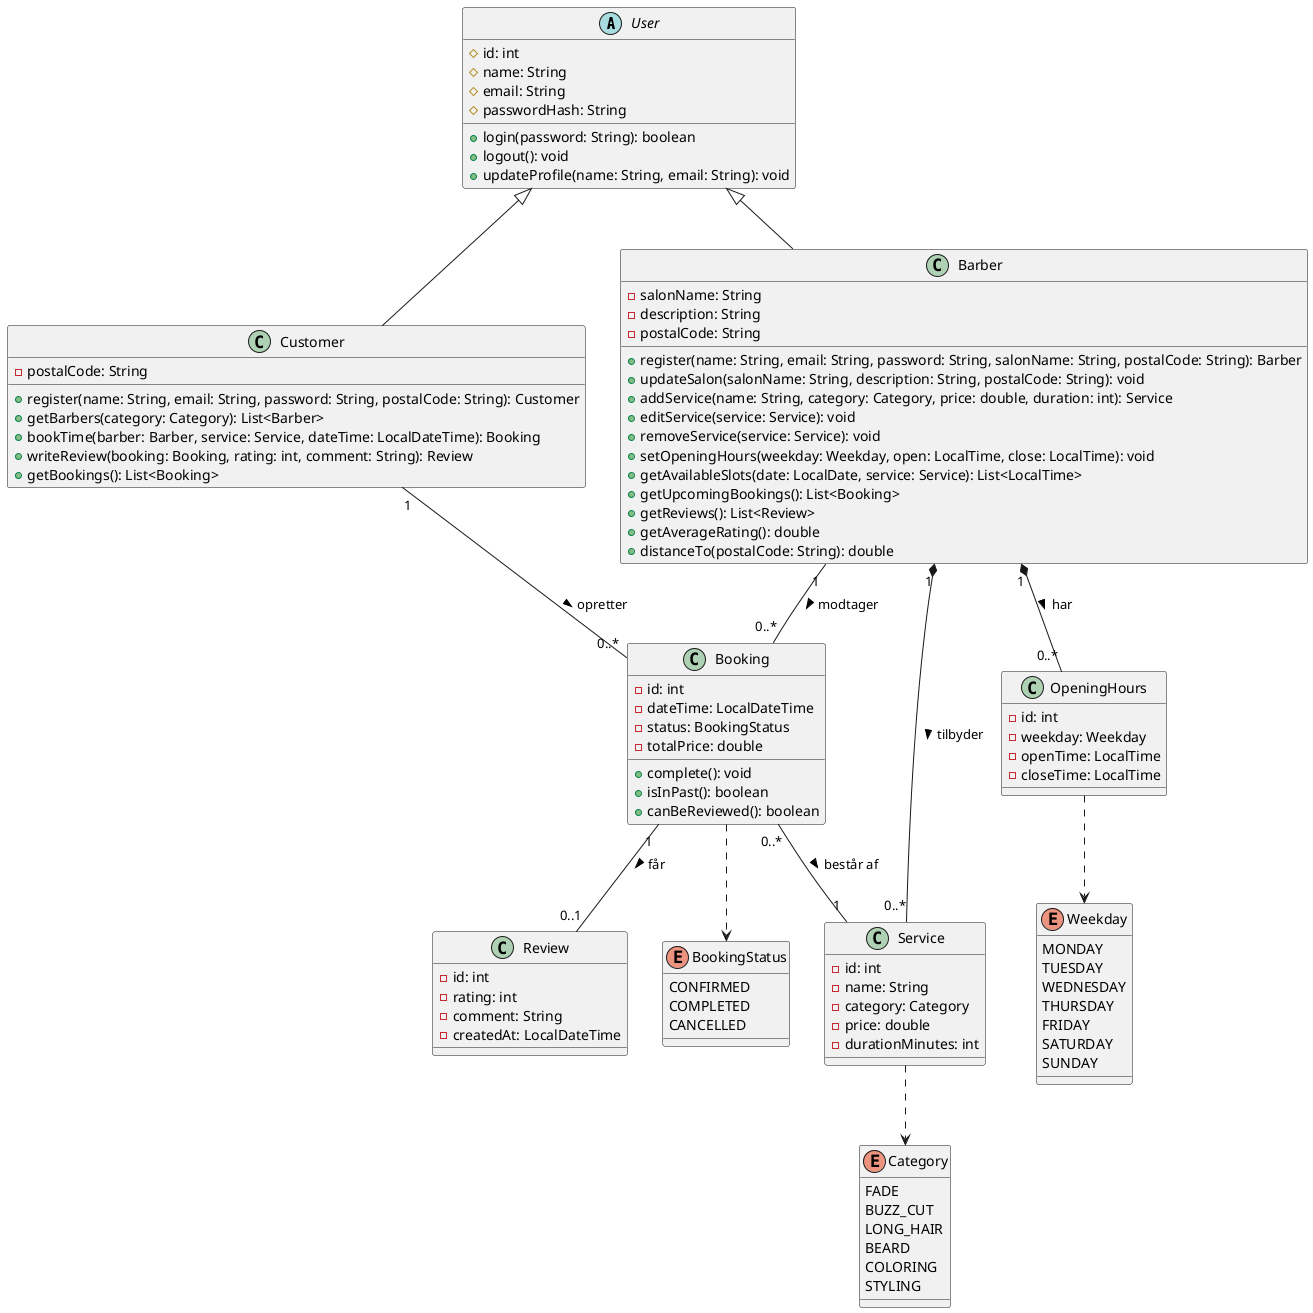
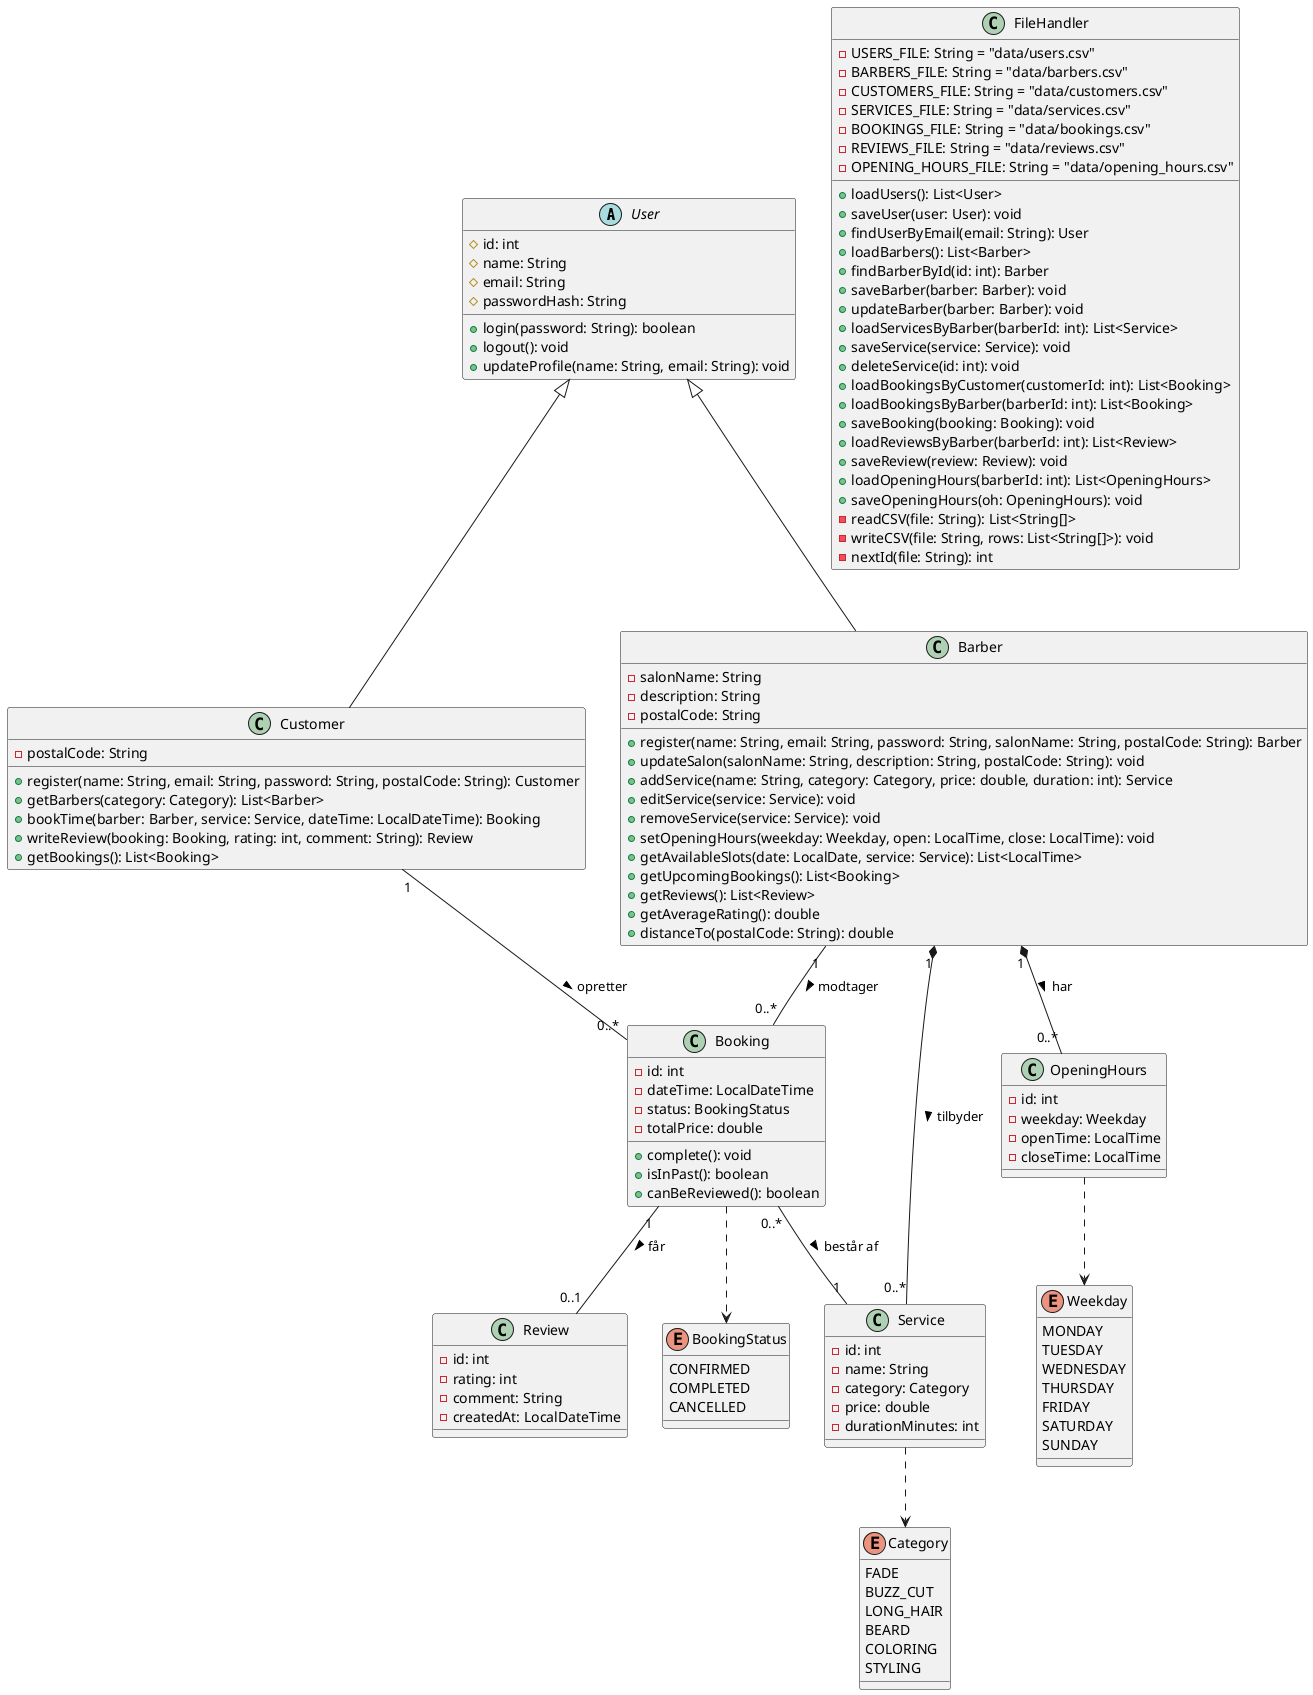
@startuml
- ' Klassediagram for frisørbooking-platform (SP4) - MVP
+ ' Klassediagram for frisørbooking-platform (SP4) - MVP med CSV

- ' === Abstract base ===
+ ' === MODELLER ===
+ 
abstract class User {
  # id: int
  # name: String
  # email: String
  # passwordHash: String
  + login(password: String): boolean
  + logout(): void
  + updateProfile(name: String, email: String): void
}

- ' === Brugertyper ===
class Customer {
  - postalCode: String
  + register(name: String, email: String, password: String, postalCode: String): Customer
  + getBarbers(category: Category): List<Barber>
  + bookTime(barber: Barber, service: Service, dateTime: LocalDateTime): Booking
  + writeReview(booking: Booking, rating: int, comment: String): Review
  + getBookings(): List<Booking>
}

class Barber {
  - salonName: String
  - description: String
  - postalCode: String
  + register(name: String, email: String, password: String, salonName: String, postalCode: String): Barber
  + updateSalon(salonName: String, description: String, postalCode: String): void
  + addService(name: String, category: Category, price: double, duration: int): Service
  + editService(service: Service): void
  + removeService(service: Service): void
  + setOpeningHours(weekday: Weekday, open: LocalTime, close: LocalTime): void
  + getAvailableSlots(date: LocalDate, service: Service): List<LocalTime>
  + getUpcomingBookings(): List<Booking>
  + getReviews(): List<Review>
  + getAverageRating(): double
  + distanceTo(postalCode: String): double
}

- ' === Forretningsobjekter ===
class Service {
  - id: int
  - name: String
  - category: Category
  - price: double
  - durationMinutes: int
}

class Booking {
  - id: int
  - dateTime: LocalDateTime
  - status: BookingStatus
  - totalPrice: double
  + complete(): void
  + isInPast(): boolean
  + canBeReviewed(): boolean
}

class Review {
  - id: int
  - rating: int
  - comment: String
  - createdAt: LocalDateTime
}

class OpeningHours {
  - id: int
  - weekday: Weekday
  - openTime: LocalTime
  - closeTime: LocalTime
}

- ' === Enums ===
+ ' === ENUMS ===
+ 
enum Category {
  FADE
  BUZZ_CUT
  LONG_HAIR
  BEARD
  COLORING
  STYLING
}

enum BookingStatus {
  CONFIRMED
  COMPLETED
  CANCELLED
}

enum Weekday {
  MONDAY
  TUESDAY
  WEDNESDAY
  THURSDAY
  FRIDAY
  SATURDAY
  SUNDAY
}

- ' === Arv ===
+ ' === FIL-HÅNDTERING ===
+ 
+ class FileHandler {
+   - USERS_FILE: String = "data/users.csv"
+   - BARBERS_FILE: String = "data/barbers.csv"
+   - CUSTOMERS_FILE: String = "data/customers.csv"
+   - SERVICES_FILE: String = "data/services.csv"
+   - BOOKINGS_FILE: String = "data/bookings.csv"
+   - REVIEWS_FILE: String = "data/reviews.csv"
+   - OPENING_HOURS_FILE: String = "data/opening_hours.csv"
+   + loadUsers(): List<User>
+   + saveUser(user: User): void
+   + findUserByEmail(email: String): User
+   + loadBarbers(): List<Barber>
+   + findBarberById(id: int): Barber
+   + saveBarber(barber: Barber): void
+   + updateBarber(barber: Barber): void
+   + loadServicesByBarber(barberId: int): List<Service>
+   + saveService(service: Service): void
+   + deleteService(id: int): void
+   + loadBookingsByCustomer(customerId: int): List<Booking>
+   + loadBookingsByBarber(barberId: int): List<Booking>
+   + saveBooking(booking: Booking): void
+   + loadReviewsByBarber(barberId: int): List<Review>
+   + saveReview(review: Review): void
+   + loadOpeningHours(barberId: int): List<OpeningHours>
+   + saveOpeningHours(oh: OpeningHours): void
+   - readCSV(file: String): List<String[]>
+   - writeCSV(file: String, rows: List<String[]>): void
+   - nextId(file: String): int
+ }
+ 
+ ' === ARV ===
User <|-- Customer
User <|-- Barber

- ' === Kompositioner ===
+ ' === KOMPOSITIONER ===
Barber "1" *-- "0..*" Service : tilbyder >
Barber "1" *-- "0..*" OpeningHours : har >

- ' === Associationer ===
+ ' === ASSOCIATIONER ===
Customer "1" -- "0..*" Booking : opretter >
Barber "1" -- "0..*" Booking : modtager >
Booking "0..*" -- "1" Service : består af >
Booking "1" -- "0..1" Review : får >

- ' === Enum-koblinger ===
+ ' === ENUM-KOBLINGER ===
Service ..> Category
Booking ..> BookingStatus
OpeningHours ..> Weekday

@enduml